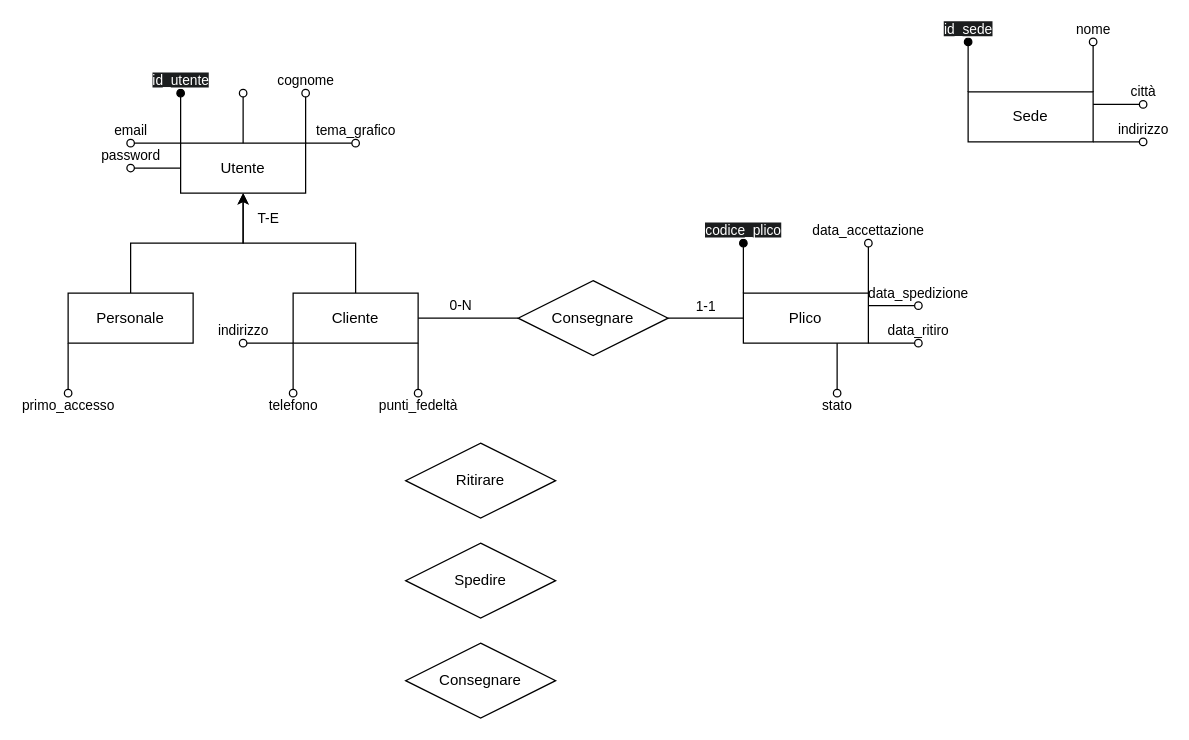
JurijGagarinFB/ESERCIZI_PHP keeps this draw.io diagram as ProgettoFastRoute/FastRoute.drawio. Above is the earlier version. Source tidied: cells renumbered, new cells numbered last; positions are measured from the earlier drawing's top-left corner, leaving out a move shared by most shapes. Both pictures are drawn from the tidied source at 125%, with x=0, y=0 at pixel (68, 41).
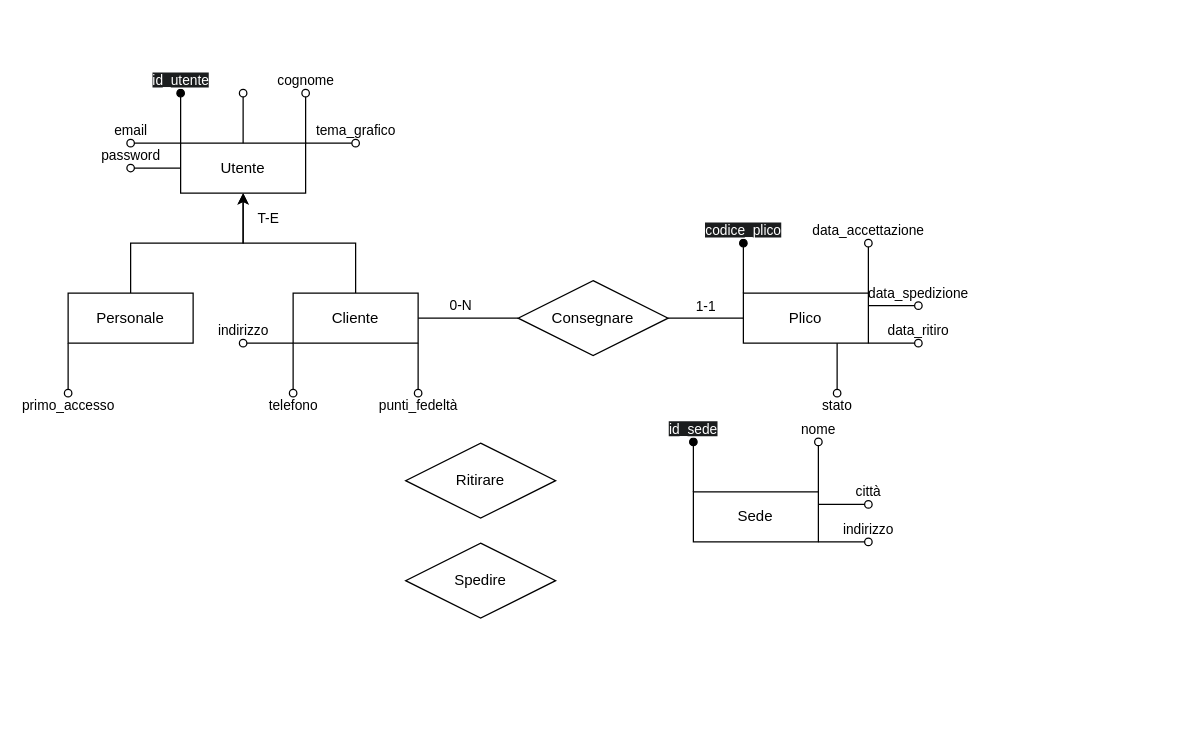
After the change.

The edit, as a diff of the source:
```diff
@@
     <mxCell id="14" value="&lt;span style=&quot;color: rgb(255, 255, 255); font-family: Helvetica; font-size: 11px; font-style: normal; font-variant-ligatures: normal; font-variant-caps: normal; font-weight: 400; letter-spacing: normal; orphans: 2; text-align: left; text-indent: 0px; text-transform: none; widows: 2; word-spacing: 0px; -webkit-text-stroke-width: 0px; white-space: nowrap; background-color: rgb(27, 29, 30); text-decoration-thickness: initial; text-decoration-style: initial; text-decoration-color: initial; float: none; display: inline !important;&quot;&gt;id_sede&lt;/span&gt;" style="edgeStyle=none;rounded=0;jettySize=auto;html=1;exitX=0;exitY=0;exitDx=0;exitDy=0;endArrow=oval;endFill=1;" parent="1" edge="1" source="15">
       <mxGeometry x="1" y="-10" relative="1" as="geometry">
-        <mxPoint x="720" as="targetPoint" />
+        <mxPoint x="500.2" y="320" as="targetPoint" />
         <mxPoint x="-10" y="-10" as="offset" />
       </mxGeometry>
     </mxCell>
     <mxCell id="15" value="Sede" style="whiteSpace=wrap;html=1;align=center;" parent="1" vertex="1">
-      <mxGeometry x="720" y="40" width="100" height="40" as="geometry" />
+      <mxGeometry x="500.2" y="360" width="100" height="40" as="geometry" />
     </mxCell>
     <mxCell id="16" value="&lt;span style=&quot;font-family: Helvetica; font-size: 11px; font-style: normal; font-variant-ligatures: normal; font-variant-caps: normal; font-weight: 400; letter-spacing: normal; orphans: 2; text-align: left; text-indent: 0px; text-transform: none; widows: 2; word-spacing: 0px; -webkit-text-stroke-width: 0px; white-space: nowrap; text-decoration-thickness: initial; text-decoration-style: initial; text-decoration-color: initial; float: none; display: inline !important;&quot;&gt;nome&lt;/span&gt;" style="edgeStyle=none;rounded=0;jettySize=auto;html=1;exitX=1;exitY=0;exitDx=0;exitDy=0;endArrow=oval;endFill=0;labelBackgroundColor=none;fontColor=default;" parent="1" edge="1" source="15">
       <mxGeometry x="1" y="-10" relative="1" as="geometry">
-        <mxPoint x="820" as="targetPoint" />
+        <mxPoint x="600.2" y="320" as="targetPoint" />
         <mxPoint x="-10" y="-10" as="offset" />
       </mxGeometry>
     </mxCell>
     <mxCell id="17" value="&lt;span style=&quot;font-family: Helvetica; font-size: 11px; font-style: normal; font-variant-ligatures: normal; font-variant-caps: normal; font-weight: 400; letter-spacing: normal; orphans: 2; text-align: left; text-indent: 0px; text-transform: none; widows: 2; word-spacing: 0px; -webkit-text-stroke-width: 0px; white-space: nowrap; text-decoration-thickness: initial; text-decoration-style: initial; text-decoration-color: initial; float: none; display: inline !important;&quot;&gt;città&lt;/span&gt;" style="edgeStyle=none;rounded=0;jettySize=auto;html=1;exitX=1;exitY=0.25;exitDx=0;exitDy=0;endArrow=oval;endFill=0;labelBackgroundColor=none;fontColor=default;" parent="1" edge="1" source="15">
       <mxGeometry x="1" y="10" relative="1" as="geometry">
-        <mxPoint x="860" y="50" as="targetPoint" />
+        <mxPoint x="640.2" y="370" as="targetPoint" />
       </mxGeometry>
     </mxCell>
     <mxCell id="18" value="&lt;span style=&quot;font-family: Helvetica; font-size: 11px; font-style: normal; font-variant-ligatures: normal; font-variant-caps: normal; font-weight: 400; letter-spacing: normal; orphans: 2; text-align: left; text-indent: 0px; text-transform: none; widows: 2; word-spacing: 0px; -webkit-text-stroke-width: 0px; white-space: nowrap; text-decoration-thickness: initial; text-decoration-style: initial; text-decoration-color: initial; float: none; display: inline !important;&quot;&gt;indirizzo&lt;/span&gt;" style="edgeStyle=none;rounded=0;jettySize=auto;html=1;exitX=1;exitY=1;exitDx=0;exitDy=0;endArrow=oval;endFill=0;labelBackgroundColor=none;fontColor=default;" parent="1" edge="1" source="15">
       <mxGeometry x="1" y="10" relative="1" as="geometry">
-        <mxPoint x="860" y="80" as="targetPoint" />
+        <mxPoint x="640.2" y="400" as="targetPoint" />
       </mxGeometry>
     </mxCell>
@@
-    <mxCell id="34" value="Consegnare" style="shape=rhombus;perimeter=rhombusPerimeter;whiteSpace=wrap;html=1;align=center;" parent="1" vertex="1">
-      <mxGeometry x="270" y="481" width="120" height="60" as="geometry" />
-    </mxCell>
```
